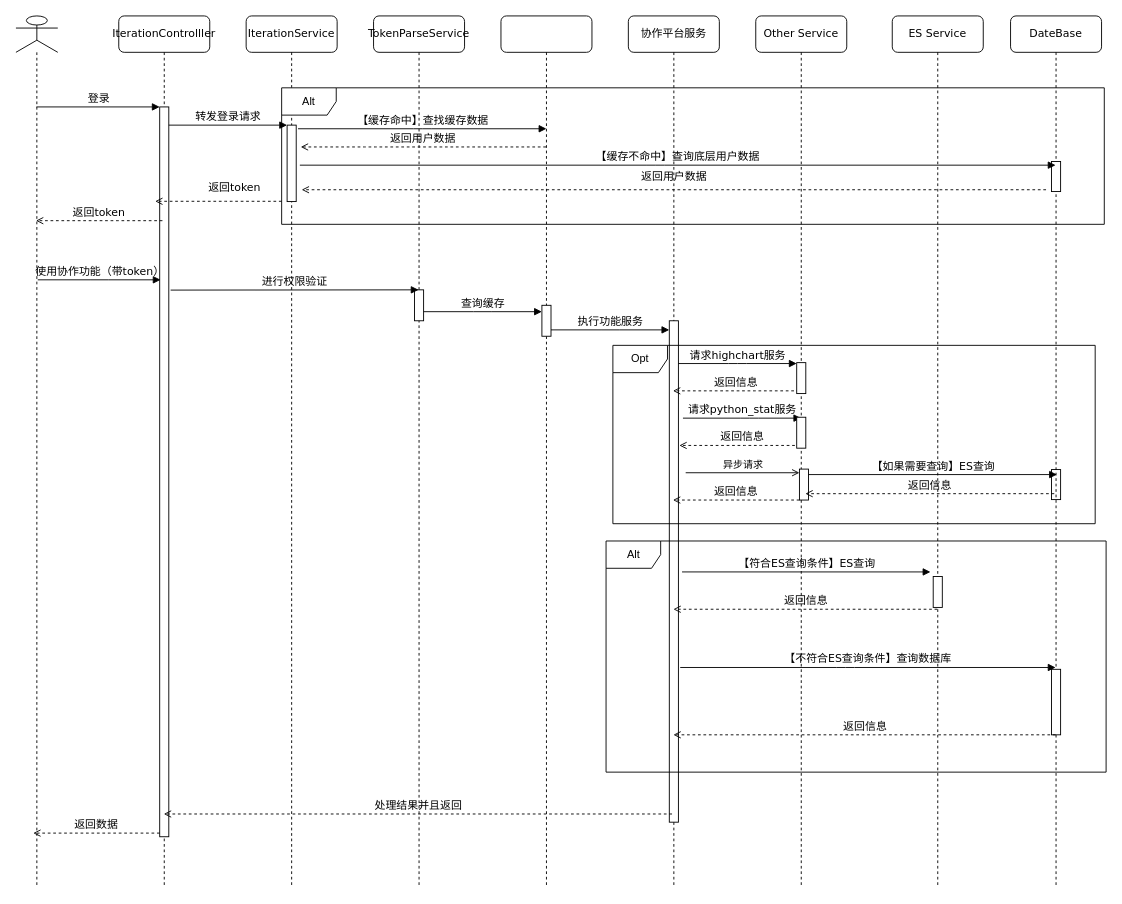
Before: 查看迭代时序图.drawio in qf2020/drawio, a draw.io diagram. Source tidied: cells renumbered, new cells numbered last; positions are measured from the earlier drawing's top-left corner, leaving out a move shared by most shapes. Both pictures are drawn from the tidied source at 91%, with x=0, y=0 at pixel (15, 15).
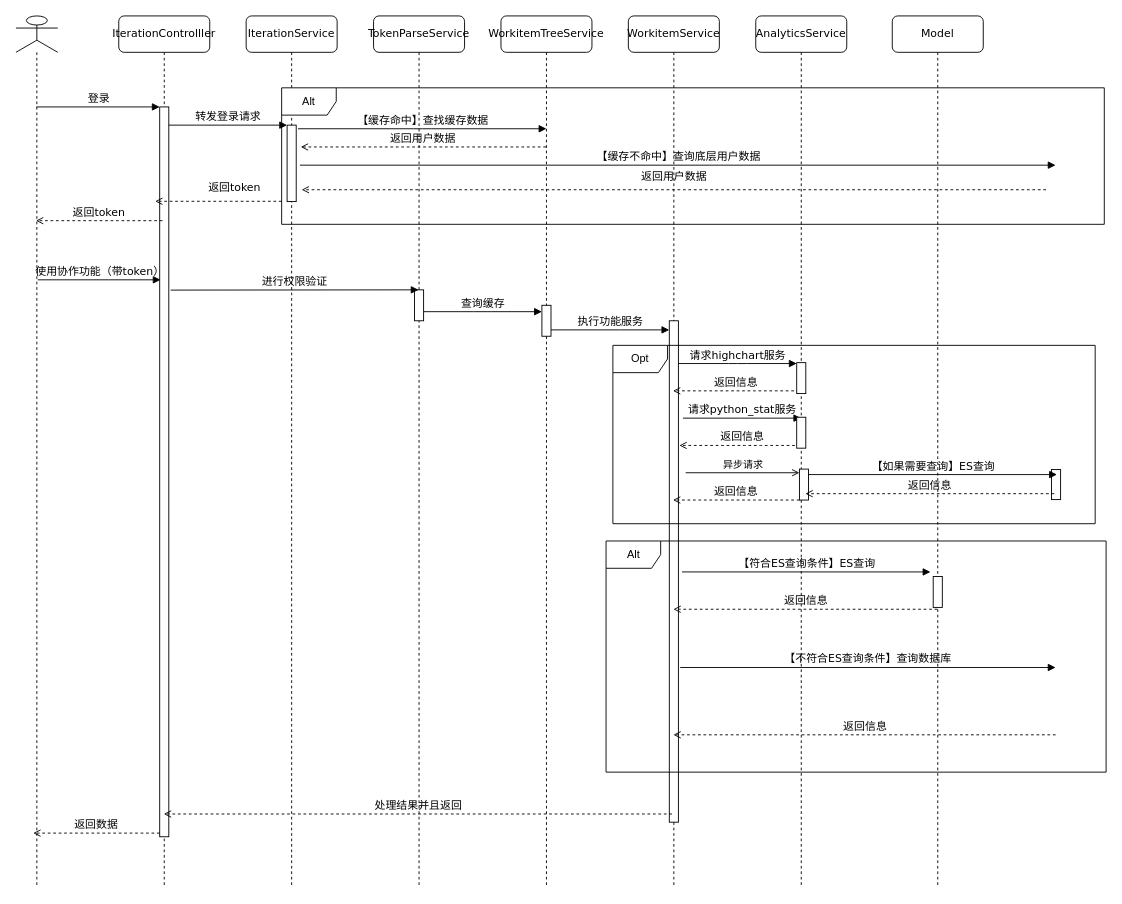
Above is the later version.

Commit message (it also covers changes not shown here):
更新查看迭代时序图.drawio

What changed in the source:
```diff
@@
-    <mxCell id="12" style="shape=umlLifeline;perimeter=lifelinePerimeter;whiteSpace=wrap;html=1;outlineConnect=0;rounded=1;shadow=0;comic=0;labelBackgroundColor=none;strokeWidth=1;fontFamily=Verdana;fontSize=12;align=center;" parent="1" vertex="1">
+    <mxCell id="12" value="WorkitemTreeService" style="shape=umlLifeline;perimeter=lifelinePerimeter;whiteSpace=wrap;html=1;outlineConnect=0;rounded=1;shadow=0;comic=0;labelBackgroundColor=none;strokeWidth=1;fontFamily=Verdana;fontSize=12;align=center;" parent="1" vertex="1">
       <mxGeometry x="533" width="100" height="958" as="geometry" />
     </mxCell>
@@
-    <mxCell id="15" value="协作平台服务" style="shape=umlLifeline;perimeter=lifelinePerimeter;whiteSpace=wrap;html=1;outlineConnect=0;rounded=1;shadow=0;comic=0;labelBackgroundColor=none;strokeWidth=1;fontFamily=Verdana;fontSize=12;align=center;" parent="1" vertex="1">
+    <mxCell id="15" value="WorkitemService" style="shape=umlLifeline;perimeter=lifelinePerimeter;whiteSpace=wrap;html=1;outlineConnect=0;rounded=1;shadow=0;comic=0;labelBackgroundColor=none;strokeWidth=1;fontFamily=Verdana;fontSize=12;align=center;" parent="1" vertex="1">
       <mxGeometry x="673" width="100" height="958" as="geometry" />
     </mxCell>
@@
-    <mxCell id="23" value="Other Service" style="shape=umlLifeline;perimeter=lifelinePerimeter;whiteSpace=wrap;html=1;rounded=1;shadow=0;comic=0;labelBackgroundColor=none;strokeWidth=1;fontFamily=Verdana;fontSize=12;align=center;" parent="1" vertex="1">
+    <mxCell id="23" value="AnalyticsService" style="shape=umlLifeline;perimeter=lifelinePerimeter;whiteSpace=wrap;html=1;rounded=1;shadow=0;comic=0;labelBackgroundColor=none;strokeWidth=1;fontFamily=Verdana;fontSize=12;align=center;" parent="1" vertex="1">
       <mxGeometry x="813" width="100" height="958" as="geometry" />
     </mxCell>
@@
-    <mxCell id="27" value="ES Service" style="shape=umlLifeline;perimeter=lifelinePerimeter;whiteSpace=wrap;html=1;outlineConnect=0;rounded=1;shadow=0;comic=0;labelBackgroundColor=none;strokeWidth=1;fontFamily=Verdana;fontSize=12;align=center;" parent="1" vertex="1">
+    <mxCell id="27" value="Model" style="shape=umlLifeline;perimeter=lifelinePerimeter;whiteSpace=wrap;html=1;outlineConnect=0;rounded=1;shadow=0;comic=0;labelBackgroundColor=none;strokeWidth=1;fontFamily=Verdana;fontSize=12;align=center;" parent="1" vertex="1">
       <mxGeometry x="963" width="100" height="958" as="geometry" />
     </mxCell>
@@
-    <mxCell id="31" value="DateBase" style="shape=umlLifeline;perimeter=lifelinePerimeter;whiteSpace=wrap;html=1;outlineConnect=0;rounded=1;shadow=0;comic=0;labelBackgroundColor=none;strokeWidth=1;fontFamily=Verdana;fontSize=12;align=center;" parent="1" vertex="1">
-      <mxGeometry x="1093" width="100" height="958" as="geometry" />
-    </mxCell>
-    <mxCell id="32" style="html=1;perimeter=orthogonalPerimeter;rounded=0;shadow=0;comic=0;labelBackgroundColor=none;strokeWidth=1;fontFamily=Verdana;fontSize=12;align=center;" parent="31" vertex="1">
-      <mxGeometry x="45" y="718" width="10" height="72" as="geometry" />
-    </mxCell>
-    <mxCell id="33" style="html=1;perimeter=orthogonalPerimeter;rounded=0;shadow=0;comic=0;labelBackgroundColor=none;strokeWidth=1;fontFamily=Verdana;fontSize=12;align=center;" parent="31" vertex="1">
-      <mxGeometry x="45" y="160" width="10" height="33" as="geometry" />
-    </mxCell>
@@
-    <mxCell id="36" value="【不符合ES查询条件】查询数据库" style="html=1;verticalAlign=bottom;endArrow=block;labelBackgroundColor=none;fontFamily=Verdana;fontSize=12;edgeStyle=elbowEdgeStyle;elbow=vertical;" parent="1" edge="1" target="31">
+    <mxCell id="36" value="【不符合ES查询条件】查询数据库" style="html=1;verticalAlign=bottom;endArrow=block;labelBackgroundColor=none;fontFamily=Verdana;fontSize=12;edgeStyle=elbowEdgeStyle;elbow=vertical;" parent="1" edge="1">
       <mxGeometry relative="1" as="geometry">
         <mxPoint x="730" y="716" as="sourcePoint" />
+        <mxPoint x="1142.5" y="715.6" as="targetPoint" />
       </mxGeometry>
     </mxCell>
@@
-    <mxCell id="38" value="返回信息" style="html=1;verticalAlign=bottom;endArrow=open;dashed=1;endSize=6;labelBackgroundColor=none;fontFamily=Verdana;fontSize=12;edgeStyle=elbowEdgeStyle;elbow=vertical;jumpSize=6;" parent="1" edge="1" source="31" target="15">
+    <mxCell id="38" value="返回信息" style="html=1;verticalAlign=bottom;endArrow=open;dashed=1;endSize=6;labelBackgroundColor=none;fontFamily=Verdana;fontSize=12;edgeStyle=elbowEdgeStyle;elbow=vertical;jumpSize=6;" parent="1" edge="1" target="15">
       <mxGeometry relative="1" as="geometry">
+        <mxPoint x="1142.5" y="790" as="sourcePoint" />
         <Array as="points">
           <mxPoint x="958" y="790" />
           <mxPoint x="988" y="790" />
         </Array>
       </mxGeometry>
     </mxCell>
@@
-    <mxCell id="46" value="【缓存不命中】查询底层用户数据" style="html=1;verticalAlign=bottom;endArrow=block;labelBackgroundColor=none;fontFamily=Verdana;fontSize=12;edgeStyle=elbowEdgeStyle;elbow=vertical;" parent="1" edge="1" target="31">
+    <mxCell id="46" value="【缓存不命中】查询底层用户数据" style="html=1;verticalAlign=bottom;endArrow=block;labelBackgroundColor=none;fontFamily=Verdana;fontSize=12;edgeStyle=elbowEdgeStyle;elbow=vertical;" parent="1" edge="1">
       <mxGeometry relative="1" as="geometry">
         <mxPoint x="312" y="164" as="sourcePoint" />
+        <mxPoint x="1142.5" y="163.3" as="targetPoint" />
       </mxGeometry>
     </mxCell>
```
